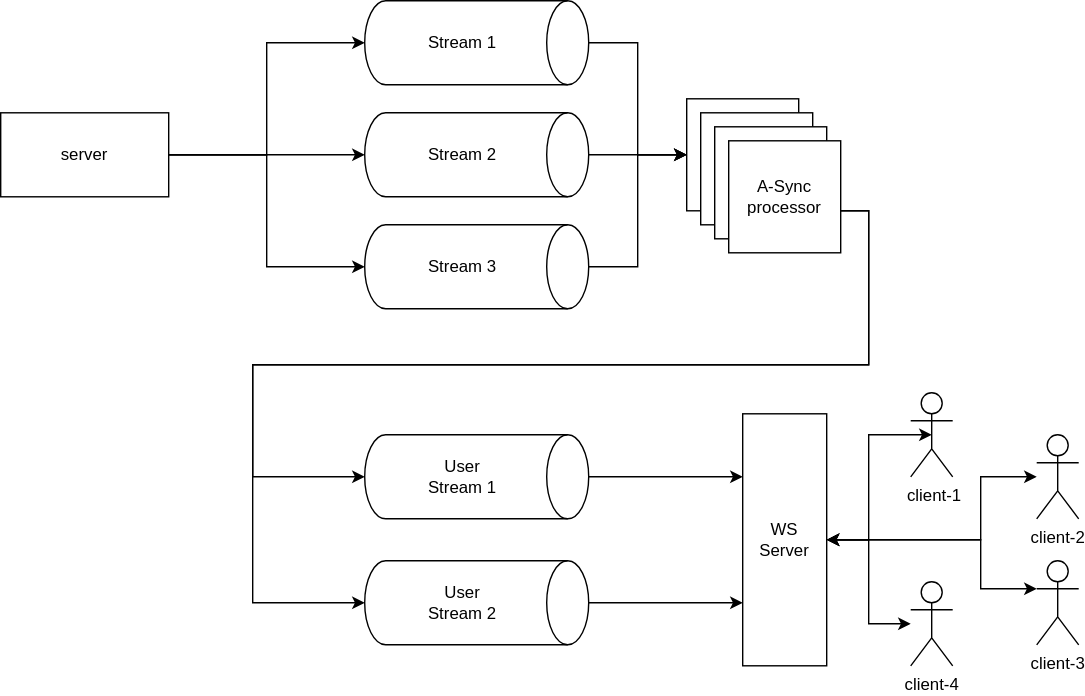
Before: docs/arch.svg, a diagram exported from draw.io (kychandar/ottam). Source tidied: cells renumbered, new cells last; positions are measured from the earlier drawing's top-left corner, leaving out a move shared by most shapes.
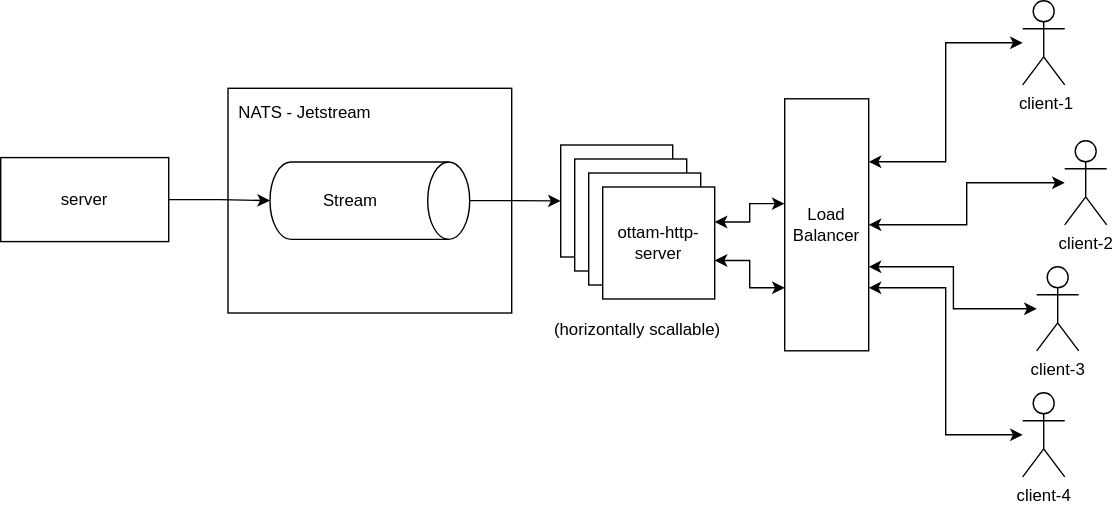
The same diagram one commit later.

What changed in the source:
```diff
@@ -2,149 +2,91 @@
   <root>
     <mxCell id="0" />
     <mxCell id="1" parent="0" />
-    <mxCell id="2" style="group;" parent="1" vertex="1">
-      <mxGeometry x="260" y="50" width="160" height="60" as="geometry" />
-    </mxCell>
-    <mxCell id="3" style="shape=cylinder3;whiteSpace=wrap;html=1;boundedLbl=1;backgroundOutline=1;size=15;rotation=90;" parent="2" vertex="1">
-      <mxGeometry x="50" y="-50" width="60" height="160" as="geometry" />
-    </mxCell>
-    <mxCell id="4" value="Stream 1" style="text;html=1;whiteSpace=wrap;strokeColor=none;fillColor=none;align=center;verticalAlign=middle;rounded=0;" parent="2" vertex="1">
-      <mxGeometry x="40" y="15" width="60" height="30" as="geometry" />
-    </mxCell>
     <mxCell id="5" style="group;" parent="1" vertex="1">
-      <mxGeometry x="260" y="130" width="160" height="60" as="geometry" />
+      <mxGeometry x="170" y="133" width="175" height="107" as="geometry" />
     </mxCell>
+    <mxCell id="7" value="ottam-global-stream" style="text;html=1;whiteSpace=wrap;strokeColor=none;fillColor=none;align=center;verticalAlign=middle;rounded=0;" parent="5" vertex="1">
+      <mxGeometry x="18.4" y="13.4" width="82.9" height="26.8" as="geometry" />
+    </mxCell>
+    <mxCell id="42" style="group;" parent="5" vertex="1">
+      <mxGeometry x="-27.6" y="-53.5" width="202.6" height="160.5" as="geometry" />
+    </mxCell>
+    <mxCell id="43" style="rounded=0;whiteSpace=wrap;html=1;" parent="42" vertex="1">
+      <mxGeometry width="202.6" height="160.5" as="geometry" />
+    </mxCell>
-    <mxCell id="6" style="shape=cylinder3;whiteSpace=wrap;html=1;boundedLbl=1;backgroundOutline=1;size=15;rotation=90;" parent="5" vertex="1">
-      <mxGeometry x="50" y="-50" width="60" height="160" as="geometry" />
+    <mxCell id="6" style="shape=cylinder3;whiteSpace=wrap;html=1;boundedLbl=1;backgroundOutline=1;size=15;rotation=90;" parent="42" vertex="1">
+      <mxGeometry x="73.7" y="8.9" width="55.3" height="142.7" as="geometry" />
     </mxCell>
-    <mxCell id="7" value="Stream 2" style="text;html=1;whiteSpace=wrap;strokeColor=none;fillColor=none;align=center;verticalAlign=middle;rounded=0;" parent="5" vertex="1">
-      <mxGeometry x="40" y="15" width="60" height="30" as="geometry" />
-    </mxCell>
-    <mxCell id="8" style="group;" parent="1" vertex="1">
-      <mxGeometry x="260" y="210" width="160" height="60" as="geometry" />
-    </mxCell>
-    <mxCell id="9" style="shape=cylinder3;whiteSpace=wrap;html=1;boundedLbl=1;backgroundOutline=1;size=15;rotation=90;" parent="8" vertex="1">
-      <mxGeometry x="50" y="-50" width="60" height="160" as="geometry" />
-    </mxCell>
-    <mxCell id="10" value="Stream 3" style="text;html=1;whiteSpace=wrap;strokeColor=none;fillColor=none;align=center;verticalAlign=middle;rounded=0;" parent="8" vertex="1">
-      <mxGeometry x="40" y="15" width="60" height="30" as="geometry" />
-    </mxCell>
-    <mxCell id="11" style="group;" parent="1" vertex="1">
-      <mxGeometry x="180" y="360" width="160" height="60" as="geometry" />
-    </mxCell>
-    <mxCell id="12" style="shape=cylinder3;whiteSpace=wrap;html=1;boundedLbl=1;backgroundOutline=1;size=15;rotation=90;" parent="11" vertex="1">
-      <mxGeometry x="130" y="-50" width="60" height="160" as="geometry" />
-    </mxCell>
-    <mxCell id="13" value="User Stream 1" style="text;html=1;whiteSpace=wrap;strokeColor=none;fillColor=none;align=center;verticalAlign=middle;rounded=0;" parent="11" vertex="1">
-      <mxGeometry x="120" y="15" width="60" height="30" as="geometry" />
-    </mxCell>
-    <mxCell id="14" style="group;" parent="1" vertex="1">
-      <mxGeometry x="260" y="450" width="160" height="60" as="geometry" />
-    </mxCell>
-    <mxCell id="15" style="shape=cylinder3;whiteSpace=wrap;html=1;boundedLbl=1;backgroundOutline=1;size=15;rotation=90;" parent="14" vertex="1">
-      <mxGeometry x="50" y="-50" width="60" height="160" as="geometry" />
-    </mxCell>
-    <mxCell id="16" value="User Stream 2" style="text;html=1;whiteSpace=wrap;strokeColor=none;fillColor=none;align=center;verticalAlign=middle;rounded=0;" parent="14" vertex="1">
-      <mxGeometry x="40" y="15" width="60" height="30" as="geometry" />
-    </mxCell>
+    <mxCell id="44" value="NATS - Jetstream" style="text;html=1;whiteSpace=wrap;strokeColor=none;fillColor=none;align=center;verticalAlign=middle;rounded=0;" parent="42" vertex="1">
+      <mxGeometry width="110.5" height="35.7" as="geometry" />
+    </mxCell>
+    <mxCell id="45" value="Stream" style="text;html=1;whiteSpace=wrap;strokeColor=none;fillColor=none;align=center;verticalAlign=middle;rounded=0;" parent="42" vertex="1">
+      <mxGeometry x="57.6" y="65.2" width="60" height="30" as="geometry" />
+    </mxCell>
+    <mxCell id="46" style="edgeStyle=orthogonalEdgeStyle;rounded=0;jettySize=auto;html=1;entryX=1;entryY=0.5;entryDx=0;entryDy=0;exitX=-0.002;exitY=0.416;exitDx=0;exitDy=0;exitPerimeter=0;startArrow=classic;startFill=1;" parent="1" edge="1" source="17" target="36">
+      <mxGeometry relative="1" as="geometry" />
+    </mxCell>
+    <mxCell id="47" style="edgeStyle=orthogonalEdgeStyle;rounded=0;jettySize=auto;html=1;exitX=0;exitY=0.75;exitDx=0;exitDy=0;entryX=1;entryY=0.75;entryDx=0;entryDy=0;startArrow=classic;startFill=1;" parent="1" edge="1" source="17" target="36">
+      <mxGeometry relative="1" as="geometry" />
+    </mxCell>
-    <mxCell id="17" value="&lt;div&gt;WS&lt;/div&gt;&lt;div&gt;Server&lt;/div&gt;" style="rounded=0;whiteSpace=wrap;html=1;" parent="1" vertex="1">
-      <mxGeometry x="530" y="345" width="60" height="180" as="geometry" />
+    <mxCell id="17" value="&lt;div&gt;Load Balancer&lt;/div&gt;" style="rounded=0;whiteSpace=wrap;html=1;" parent="1" vertex="1">
+      <mxGeometry x="540" y="87" width="60" height="180" as="geometry" />
     </mxCell>
-    <mxCell id="18" style="edgeStyle=orthogonalEdgeStyle;rounded=0;jettySize=auto;html=1;entryX=1;entryY=0.5;entryDx=0;entryDy=0;startArrow=classic;startFill=1;" parent="1" edge="1" source="19" target="17">
+    <mxCell id="18" style="edgeStyle=orthogonalEdgeStyle;rounded=0;jettySize=auto;html=1;entryX=1;entryY=0.75;entryDx=0;entryDy=0;startArrow=classic;startFill=1;" parent="1" edge="1" source="19" target="17">
       <mxGeometry relative="1" as="geometry" />
     </mxCell>
     <mxCell id="19" value="client-4" style="shape=umlActor;verticalLabelPosition=bottom;verticalAlign=top;html=1;outlineConnect=0;" parent="1" vertex="1">
-      <mxGeometry x="650" y="465" width="30" height="60" as="geometry" />
+      <mxGeometry x="710" y="297" width="30" height="60" as="geometry" />
     </mxCell>
-    <mxCell id="20" style="edgeStyle=orthogonalEdgeStyle;rounded=0;jettySize=auto;html=1;startArrow=classic;startFill=1;exitX=0;exitY=0.3333333333333333;exitDx=0;exitDy=0;exitPerimeter=0;entryX=1;entryY=0.5;entryDx=0;entryDy=0;" parent="1" edge="1" source="21" target="17">
-      <mxGeometry relative="1" as="geometry">
-        <Array as="points">
-          <mxPoint x="700" y="470" />
-          <mxPoint x="700" y="435" />
-        </Array>
-      </mxGeometry>
-    </mxCell>
+    <mxCell id="48" style="edgeStyle=orthogonalEdgeStyle;rounded=0;jettySize=auto;html=1;startArrow=classic;startFill=1;" parent="1" edge="1" source="21">
+      <mxGeometry relative="1" as="geometry">
+        <mxPoint x="600" y="207" as="targetPoint" />
+      </mxGeometry>
+    </mxCell>
     <mxCell id="21" value="&lt;div&gt;client-3&lt;/div&gt;" style="shape=umlActor;verticalLabelPosition=bottom;verticalAlign=top;html=1;outlineConnect=0;" parent="1" vertex="1">
-      <mxGeometry x="740" y="450" width="30" height="60" as="geometry" />
+      <mxGeometry x="720" y="207" width="30" height="60" as="geometry" />
     </mxCell>
-    <mxCell id="22" style="edgeStyle=orthogonalEdgeStyle;rounded=0;jettySize=auto;html=1;entryX=1;entryY=0.5;entryDx=0;entryDy=0;startArrow=classic;startFill=1;" parent="1" edge="1" source="23" target="17">
-      <mxGeometry relative="1" as="geometry">
-        <Array as="points">
-          <mxPoint x="700" y="390" />
-          <mxPoint x="700" y="435" />
-        </Array>
-      </mxGeometry>
+    <mxCell id="22" style="edgeStyle=orthogonalEdgeStyle;rounded=0;jettySize=auto;html=1;startArrow=classic;startFill=1;" parent="1" edge="1" source="23" target="17">
+      <mxGeometry relative="1" as="geometry" />
     </mxCell>
     <mxCell id="23" value="client-2" style="shape=umlActor;verticalLabelPosition=bottom;verticalAlign=top;html=1;outlineConnect=0;" parent="1" vertex="1">
-      <mxGeometry x="740" y="360" width="30" height="60" as="geometry" />
+      <mxGeometry x="740" y="117" width="30" height="60" as="geometry" />
     </mxCell>
-    <mxCell id="24" style="edgeStyle=orthogonalEdgeStyle;rounded=0;jettySize=auto;html=1;exitX=0.5;exitY=0.5;exitDx=0;exitDy=0;exitPerimeter=0;entryX=1;entryY=0.5;entryDx=0;entryDy=0;startArrow=classic;startFill=1;" parent="1" edge="1" source="25" target="17">
+    <mxCell id="24" style="edgeStyle=orthogonalEdgeStyle;rounded=0;jettySize=auto;html=1;entryX=1;entryY=0.25;entryDx=0;entryDy=0;startArrow=classic;startFill=1;" parent="1" edge="1" source="25" target="17">
       <mxGeometry relative="1" as="geometry" />
     </mxCell>
     <mxCell id="25" value="&amp;nbsp;client-1" style="shape=umlActor;verticalLabelPosition=bottom;verticalAlign=top;html=1;outlineConnect=0;" parent="1" vertex="1">
-      <mxGeometry x="650" y="330" width="30" height="60" as="geometry" />
+      <mxGeometry x="710" y="17" width="30" height="60" as="geometry" />
     </mxCell>
-    <mxCell id="26" style="edgeStyle=orthogonalEdgeStyle;rounded=0;jettySize=auto;html=1;entryX=0;entryY=0.5;entryDx=0;entryDy=0;" parent="1" edge="1" source="3" target="37">
-      <mxGeometry relative="1" as="geometry" />
-    </mxCell>
-    <mxCell id="27" style="edgeStyle=orthogonalEdgeStyle;rounded=0;jettySize=auto;html=1;entryX=0.5;entryY=1;entryDx=0;entryDy=0;entryPerimeter=0;" parent="1" edge="1" source="40" target="12">
-      <mxGeometry relative="1" as="geometry">
-        <Array as="points">
-          <mxPoint x="620" y="200" />
-          <mxPoint x="620" y="310" />
-          <mxPoint x="180" y="310" />
-          <mxPoint x="180" y="390" />
-        </Array>
-      </mxGeometry>
-    </mxCell>
-    <mxCell id="28" style="edgeStyle=orthogonalEdgeStyle;rounded=0;jettySize=auto;html=1;entryX=0.5;entryY=1;entryDx=0;entryDy=0;entryPerimeter=0;" parent="1" edge="1" source="40" target="15">
-      <mxGeometry relative="1" as="geometry">
-        <Array as="points">
-          <mxPoint x="620" y="200" />
-          <mxPoint x="620" y="310" />
-          <mxPoint x="180" y="310" />
-          <mxPoint x="180" y="480" />
-        </Array>
-      </mxGeometry>
-    </mxCell>
-    <mxCell id="29" style="edgeStyle=orthogonalEdgeStyle;rounded=0;jettySize=auto;html=1;entryX=0;entryY=0.75;entryDx=0;entryDy=0;" parent="1" edge="1" source="15" target="17">
-      <mxGeometry relative="1" as="geometry" />
-    </mxCell>
     <mxCell id="30" style="edgeStyle=orthogonalEdgeStyle;rounded=0;jettySize=auto;html=1;" parent="1" edge="1" source="31" target="6">
       <mxGeometry relative="1" as="geometry" />
     </mxCell>
     <mxCell id="31" value="server" style="rounded=0;whiteSpace=wrap;html=1;" parent="1" vertex="1">
-      <mxGeometry y="130" width="120" height="60" as="geometry" />
+      <mxGeometry x="-20" y="129" width="120" height="60" as="geometry" />
     </mxCell>
-    <mxCell id="32" style="edgeStyle=orthogonalEdgeStyle;rounded=0;jettySize=auto;html=1;entryX=0.5;entryY=1;entryDx=0;entryDy=0;entryPerimeter=0;" parent="1" edge="1" source="31" target="3">
-      <mxGeometry relative="1" as="geometry" />
-    </mxCell>
-    <mxCell id="33" style="edgeStyle=orthogonalEdgeStyle;rounded=0;jettySize=auto;html=1;entryX=0.5;entryY=1;entryDx=0;entryDy=0;entryPerimeter=0;" parent="1" edge="1" source="31" target="9">
-      <mxGeometry relative="1" as="geometry" />
-    </mxCell>
     <mxCell id="34" style="edgeStyle=orthogonalEdgeStyle;rounded=0;jettySize=auto;html=1;entryX=0;entryY=0.5;entryDx=0;entryDy=0;" parent="1" edge="1" source="6" target="37">
       <mxGeometry relative="1" as="geometry" />
     </mxCell>
-    <mxCell id="35" style="edgeStyle=orthogonalEdgeStyle;rounded=0;jettySize=auto;html=1;entryX=0;entryY=0.5;entryDx=0;entryDy=0;" parent="1" edge="1" source="9" target="37">
-      <mxGeometry relative="1" as="geometry" />
-    </mxCell>
     <mxCell id="36" style="group;" parent="1" vertex="1">
-      <mxGeometry x="490" y="120" width="110" height="110" as="geometry" />
+      <mxGeometry x="380" y="120" width="110" height="110" as="geometry" />
     </mxCell>
+    <mxCell id="49" style="group;" parent="36" vertex="1">
+      <mxGeometry width="110" height="110" as="geometry" />
+    </mxCell>
-    <mxCell id="37" style="whiteSpace=wrap;html=1;" parent="36" vertex="1">
+    <mxCell id="37" style="whiteSpace=wrap;html=1;" parent="49" vertex="1">
       <mxGeometry width="80" height="80" as="geometry" />
     </mxCell>
-    <mxCell id="38" style="whiteSpace=wrap;html=1;" parent="36" vertex="1">
+    <mxCell id="38" style="whiteSpace=wrap;html=1;" parent="49" vertex="1">
       <mxGeometry x="10" y="10" width="80" height="80" as="geometry" />
     </mxCell>
-    <mxCell id="39" style="whiteSpace=wrap;html=1;" parent="36" vertex="1">
+    <mxCell id="39" style="whiteSpace=wrap;html=1;" parent="49" vertex="1">
       <mxGeometry x="20" y="20" width="80" height="80" as="geometry" />
     </mxCell>
-    <mxCell id="40" value="A-Sync processor" style="whiteSpace=wrap;html=1;" parent="36" vertex="1">
+    <mxCell id="40" value="&lt;div&gt;ottam-http-server&lt;/div&gt;" style="whiteSpace=wrap;html=1;" parent="49" vertex="1">
       <mxGeometry x="30" y="30" width="80" height="80" as="geometry" />
     </mxCell>
-    <mxCell id="41" style="edgeStyle=orthogonalEdgeStyle;rounded=0;jettySize=auto;html=1;entryX=0;entryY=0.25;entryDx=0;entryDy=0;" parent="1" edge="1" source="12" target="17">
-      <mxGeometry relative="1" as="geometry" />
-    </mxCell>
+    <mxCell id="50" value="(horizontally scallable)" style="text;html=1;whiteSpace=wrap;strokeColor=none;fillColor=none;align=center;verticalAlign=middle;rounded=0;" parent="1" vertex="1">
+      <mxGeometry x="360" y="237" width="150" height="30" as="geometry" />
+    </mxCell>
   </root>
 </mxGraphModel>
```
